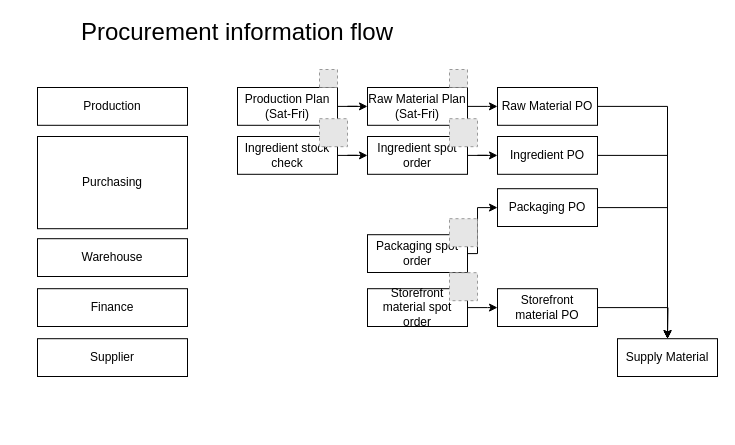
pkppm-dev/Roy-s keeps this draw.io diagram as page "Procurement" (6 of 12) of E2E.drawio. Above is the earlier version. Source tidied: cells renumbered, new cells numbered last; positions are measured from the earlier drawing's top-left corner, leaving out a move shared by most shapes. Both pictures are drawn from the tidied source at 100%, with x=0, y=0 at pixel (17, 17). Pictures stored in the file or linked from it are replaced by grey dashed boxes.
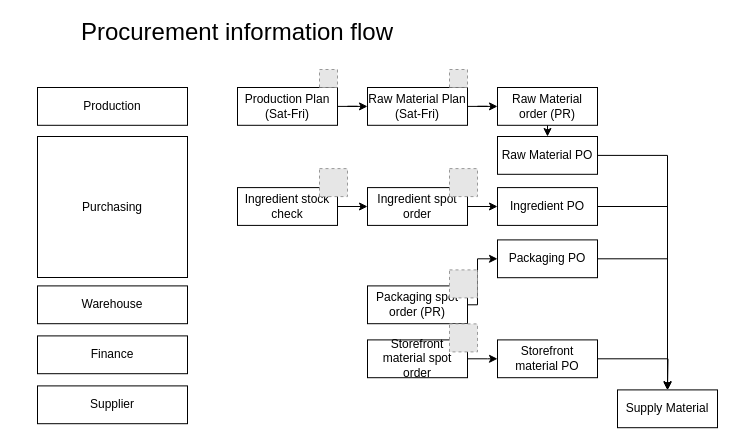
After the change.

Unchanged cells that the change refers to:
```xml
<mxCell id="12" value="Raw Material Plan&lt;div&gt;(Sat-Fri)&lt;/div&gt;" style="whiteSpace=wrap;html=1;rounded=0;" parent="1" vertex="1">
  <mxGeometry x="350" y="70" width="100" height="37.8" as="geometry" />
</mxCell>
```

Diff of the diagram source:
```diff
@@
     <mxCell id="4" value="Warehouse" style="whiteSpace=wrap;html=1;rounded=0;" parent="1" vertex="1">
-      <mxGeometry x="20" y="221.2" width="150" height="37.8" as="geometry" />
+      <mxGeometry x="20" y="268.4" width="150" height="37.8" as="geometry" />
     </mxCell>
     <mxCell id="5" value="Purchasing" style="whiteSpace=wrap;html=1;rounded=0;" parent="1" vertex="1">
-      <mxGeometry x="20" y="119" width="150" height="92.2" as="geometry" />
+      <mxGeometry x="20" y="119" width="150" height="141" as="geometry" />
     </mxCell>
     <mxCell id="6" value="Supplier" style="whiteSpace=wrap;html=1;rounded=0;" parent="1" vertex="1">
-      <mxGeometry x="20" y="321.2" width="150" height="37.8" as="geometry" />
+      <mxGeometry x="20" y="368.4" width="150" height="37.8" as="geometry" />
     </mxCell>
     <mxCell id="7" value="Finance" style="whiteSpace=wrap;html=1;rounded=0;" parent="1" vertex="1">
-      <mxGeometry x="20" y="271.2" width="150" height="37.8" as="geometry" />
+      <mxGeometry x="20" y="318.4" width="150" height="37.8" as="geometry" />
     </mxCell>
@@
-    <mxCell id="11" style="edgeStyle=orthogonalEdgeStyle;rounded=0;jettySize=auto;html=1;entryX=0;entryY=0.5;entryDx=0;entryDy=0;" parent="1" edge="1" source="12">
-      <mxGeometry relative="1" as="geometry">
-        <mxPoint x="480" y="88.9" as="targetPoint" />
-      </mxGeometry>
-    </mxCell>
+    <mxCell id="35" style="edgeStyle=orthogonalEdgeStyle;rounded=0;jettySize=auto;html=1;entryX=0;entryY=0.5;entryDx=0;entryDy=0;" parent="1" edge="1" source="12" target="36">
+      <mxGeometry relative="1" as="geometry" />
+    </mxCell>
@@
     <mxCell id="14" value="Ingredient spot order" style="whiteSpace=wrap;html=1;rounded=0;" parent="1" vertex="1">
-      <mxGeometry x="350" y="119" width="100" height="37.8" as="geometry" />
+      <mxGeometry x="350" y="170.1" width="100" height="37.8" as="geometry" />
     </mxCell>
@@
     <mxCell id="17" value="Raw Material PO" style="whiteSpace=wrap;html=1;rounded=0;" parent="1" vertex="1">
-      <mxGeometry x="480" y="70" width="100" height="37.8" as="geometry" />
+      <mxGeometry x="480" y="119" width="100" height="37.8" as="geometry" />
     </mxCell>
@@
     <mxCell id="19" value="Ingredient PO" style="whiteSpace=wrap;html=1;rounded=0;" parent="1" vertex="1">
-      <mxGeometry x="480" y="119" width="100" height="37.8" as="geometry" />
+      <mxGeometry x="480" y="170.1" width="100" height="37.8" as="geometry" />
     </mxCell>
     <mxCell id="20" value="Supply Material" style="whiteSpace=wrap;html=1;rounded=0;" parent="1" vertex="1">
-      <mxGeometry x="600" y="321.2" width="100" height="37.8" as="geometry" />
+      <mxGeometry x="600" y="372.4" width="100" height="37.8" as="geometry" />
     </mxCell>
@@
     <mxCell id="22" value="Ingredient stock check" style="whiteSpace=wrap;html=1;rounded=0;" parent="1" vertex="1">
-      <mxGeometry x="220" y="119" width="100" height="37.8" as="geometry" />
+      <mxGeometry x="220" y="170.1" width="100" height="37.8" as="geometry" />
     </mxCell>
     <mxCell id="23" style="fillColor=#E6E6E6;strokeColor=#999999;dashed=1;html=1;verticalAlign=top;verticalLabelPosition=bottom;labelBackgroundColor=#ffffff;" parent="1" vertex="1">
-      <mxGeometry x="302" y="101.2" width="28" height="28" as="geometry" />
+      <mxGeometry x="302" y="151.1" width="28" height="28" as="geometry" />
     </mxCell>
     <mxCell id="24" style="fillColor=#E6E6E6;strokeColor=#999999;dashed=1;html=1;verticalAlign=top;verticalLabelPosition=bottom;labelBackgroundColor=#ffffff;" parent="1" vertex="1">
-      <mxGeometry x="432" y="101.2" width="28" height="28" as="geometry" />
+      <mxGeometry x="432" y="151.1" width="28" height="28" as="geometry" />
     </mxCell>
@@
     <mxCell id="26" value="Packaging PO" style="whiteSpace=wrap;html=1;rounded=0;" parent="1" vertex="1">
-      <mxGeometry x="480" y="171.2" width="100" height="37.8" as="geometry" />
+      <mxGeometry x="480" y="222.4" width="100" height="37.8" as="geometry" />
     </mxCell>
     <mxCell id="27" style="edgeStyle=orthogonalEdgeStyle;rounded=0;jettySize=auto;html=1;entryX=0;entryY=0.5;entryDx=0;entryDy=0;" parent="1" edge="1" source="28" target="26">
       <mxGeometry relative="1" as="geometry">
         <Array as="points">
-          <mxPoint x="460" y="236.2" />
-          <mxPoint x="460" y="190.2" />
+          <mxPoint x="460" y="287.4" />
+          <mxPoint x="460" y="241.4" />
         </Array>
       </mxGeometry>
     </mxCell>
-    <mxCell id="28" value="Packaging spot order" style="whiteSpace=wrap;html=1;rounded=0;" parent="1" vertex="1">
-      <mxGeometry x="350" y="217.2" width="100" height="37.8" as="geometry" />
+    <mxCell id="28" value="Packaging spot order (PR)" style="whiteSpace=wrap;html=1;rounded=0;" parent="1" vertex="1">
+      <mxGeometry x="350" y="268.4" width="100" height="37.8" as="geometry" />
     </mxCell>
@@
     <mxCell id="30" value="Storefront material spot order" style="whiteSpace=wrap;html=1;rounded=0;" parent="1" vertex="1">
-      <mxGeometry x="350" y="271.2" width="100" height="37.8" as="geometry" />
+      <mxGeometry x="350" y="322.4" width="100" height="37.8" as="geometry" />
     </mxCell>
     <mxCell id="31" style="edgeStyle=orthogonalEdgeStyle;rounded=0;jettySize=auto;html=1;" parent="1" edge="1" source="32">
       <mxGeometry relative="1" as="geometry">
-        <mxPoint x="650" y="321.2" as="targetPoint" />
+        <mxPoint x="650" y="372.4" as="targetPoint" />
       </mxGeometry>
     </mxCell>
     <mxCell id="32" value="Storefront material PO" style="whiteSpace=wrap;html=1;rounded=0;" parent="1" vertex="1">
-      <mxGeometry x="480" y="271.2" width="100" height="37.8" as="geometry" />
+      <mxGeometry x="480" y="322.4" width="100" height="37.8" as="geometry" />
     </mxCell>
     <mxCell id="33" style="fillColor=#E6E6E6;strokeColor=#999999;dashed=1;html=1;verticalAlign=top;verticalLabelPosition=bottom;labelBackgroundColor=#ffffff;" parent="1" vertex="1">
-      <mxGeometry x="432" y="201.2" width="28" height="28" as="geometry" />
+      <mxGeometry x="432" y="252.4" width="28" height="28" as="geometry" />
     </mxCell>
     <mxCell id="34" style="fillColor=#E6E6E6;strokeColor=#999999;dashed=1;html=1;verticalAlign=top;verticalLabelPosition=bottom;labelBackgroundColor=#ffffff;" parent="1" vertex="1">
-      <mxGeometry x="432" y="255.2" width="28" height="28" as="geometry" />
+      <mxGeometry x="432" y="306.4" width="28" height="28" as="geometry" />
     </mxCell>
+    <mxCell id="36" value="Raw Material order (PR)" style="whiteSpace=wrap;html=1;rounded=0;" parent="1" vertex="1">
+      <mxGeometry x="480" y="70" width="100" height="37.8" as="geometry" />
+    </mxCell>
+    <mxCell id="37" style="endArrow=classic;html=1;rounded=0;exitX=0.5;exitY=1;exitDx=0;exitDy=0;entryX=0.5;entryY=0;entryDx=0;entryDy=0;" parent="1" edge="1" source="36" target="17">
+      <mxGeometry relative="1" as="geometry" />
+    </mxCell>
```
